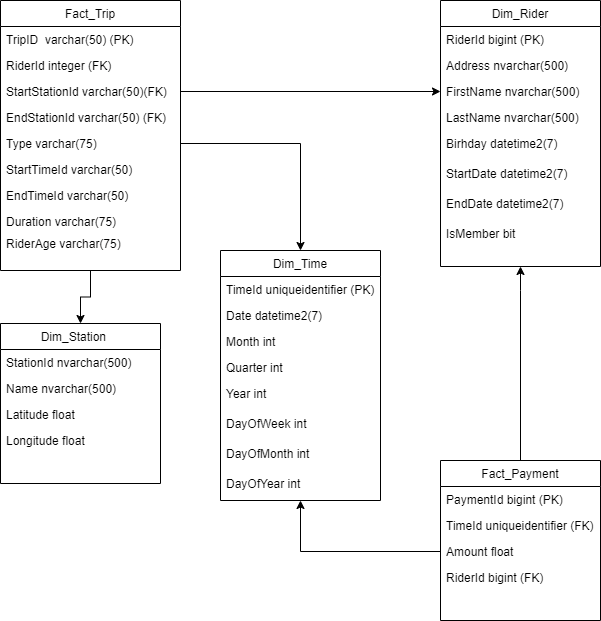
Earlier version of the draw.io export solution images/Star Schema.png (hakey94/DataEngineerPrj4). Source tidied: cells renumbered, new cells last; positions are measured from the earlier drawing's top-left corner, leaving out a move shared by most shapes. Its diagram source:
```xml
<mxGraphModel>
  <root>
    <mxCell id="0" />
    <mxCell id="1" parent="0" />
    <mxCell id="2" style="edgeStyle=orthogonalEdgeStyle;rounded=0;jettySize=auto;html=1;entryX=0.5;entryY=0;entryDx=0;entryDy=0;" parent="1" edge="1" source="3" target="22">
      <mxGeometry relative="1" as="geometry" />
    </mxCell>
    <mxCell id="3" value="Fact_Trip" style="swimlane;fontStyle=0;align=center;verticalAlign=top;horizontal=1;startSize=26;rounded=0;shadow=0;strokeWidth=1;" parent="1" vertex="1">
      <mxGeometry width="180" height="270" as="geometry" />
    </mxCell>
    <mxCell id="4" value="TripID  varchar(50) (PK)" style="text;align=left;verticalAlign=top;spacingLeft=4;spacingRight=4;overflow=hidden;" parent="3" vertex="1">
      <mxGeometry y="26" width="180" height="26" as="geometry" />
    </mxCell>
    <mxCell id="5" value="RiderId integer (FK)" style="text;align=left;verticalAlign=top;spacingLeft=4;spacingRight=4;overflow=hidden;rounded=0;shadow=0;html=0;" parent="3" vertex="1">
      <mxGeometry y="52" width="180" height="26" as="geometry" />
    </mxCell>
    <mxCell id="6" value="StartStationId varchar(50)(FK)" style="text;align=left;verticalAlign=top;spacingLeft=4;spacingRight=4;overflow=hidden;points=[[0,0.5],[1,0.5]];portConstraint=eastwest;rounded=0;shadow=0;html=0;" parent="3" vertex="1">
      <mxGeometry y="78" width="180" height="26" as="geometry" />
    </mxCell>
    <mxCell id="7" value="EndStationId varchar(50) (FK)" style="text;align=left;verticalAlign=top;spacingLeft=4;spacingRight=4;overflow=hidden;rounded=0;shadow=0;html=0;" parent="3" vertex="1">
      <mxGeometry y="104" width="180" height="26" as="geometry" />
    </mxCell>
    <mxCell id="8" value="Type varchar(75) " style="text;align=left;verticalAlign=top;spacingLeft=4;spacingRight=4;overflow=hidden;points=[[0,0.5],[1,0.5]];portConstraint=eastwest;rounded=0;shadow=0;html=0;" parent="3" vertex="1">
      <mxGeometry y="130" width="180" height="26" as="geometry" />
    </mxCell>
    <mxCell id="9" value="StartTimeId varchar(50)" style="text;align=left;verticalAlign=top;spacingLeft=4;spacingRight=4;overflow=hidden;rounded=0;shadow=0;html=0;" parent="3" vertex="1">
      <mxGeometry y="156" width="180" height="26" as="geometry" />
    </mxCell>
    <mxCell id="10" value="EndTimeId varchar(50)" style="text;align=left;verticalAlign=top;spacingLeft=4;spacingRight=4;overflow=hidden;rounded=0;shadow=0;html=0;" parent="3" vertex="1">
      <mxGeometry y="182" width="180" height="26" as="geometry" />
    </mxCell>
    <mxCell id="11" value="Duration varchar(75)" style="text;align=left;verticalAlign=top;spacingLeft=4;spacingRight=4;overflow=hidden;rounded=0;shadow=0;html=0;" parent="3" vertex="1">
      <mxGeometry y="208" width="180" height="22" as="geometry" />
    </mxCell>
    <mxCell id="12" value="RiderAge varchar(75)" style="text;align=left;verticalAlign=top;spacingLeft=4;spacingRight=4;overflow=hidden;rounded=0;shadow=0;html=0;" parent="3" vertex="1">
      <mxGeometry y="230" width="180" height="22" as="geometry" />
    </mxCell>
    <mxCell id="13" value="Dim_Rider" style="swimlane;fontStyle=0;align=center;verticalAlign=top;horizontal=1;startSize=26;rounded=0;shadow=0;strokeWidth=1;" parent="1" vertex="1">
      <mxGeometry x="440" width="160" height="266" as="geometry" />
    </mxCell>
    <mxCell id="14" value="RiderId bigint (PK)" style="text;align=left;verticalAlign=top;spacingLeft=4;spacingRight=4;overflow=hidden;" parent="13" vertex="1">
      <mxGeometry y="26" width="160" height="26" as="geometry" />
    </mxCell>
    <mxCell id="15" value="Address nvarchar(500)" style="text;align=left;verticalAlign=top;spacingLeft=4;spacingRight=4;overflow=hidden;" parent="13" vertex="1">
      <mxGeometry y="52" width="160" height="26" as="geometry" />
    </mxCell>
    <mxCell id="16" value="FirstName nvarchar(500)" style="text;align=left;verticalAlign=top;spacingLeft=4;spacingRight=4;overflow=hidden;points=[[0,0.5],[1,0.5]];portConstraint=eastwest;" parent="13" vertex="1">
      <mxGeometry y="78" width="160" height="26" as="geometry" />
    </mxCell>
    <mxCell id="17" value="LastName nvarchar(500)" style="text;align=left;verticalAlign=top;spacingLeft=4;spacingRight=4;overflow=hidden;" parent="13" vertex="1">
      <mxGeometry y="104" width="160" height="26" as="geometry" />
    </mxCell>
    <mxCell id="18" value="Birhday datetime2(7)" style="text;align=left;verticalAlign=top;spacingLeft=4;spacingRight=4;overflow=hidden;" parent="13" vertex="1">
      <mxGeometry y="130" width="160" height="30" as="geometry" />
    </mxCell>
    <mxCell id="19" value="StartDate datetime2(7)" style="text;align=left;verticalAlign=top;spacingLeft=4;spacingRight=4;overflow=hidden;" parent="13" vertex="1">
      <mxGeometry y="160" width="160" height="30" as="geometry" />
    </mxCell>
    <mxCell id="20" value="EndDate datetime2(7)" style="text;align=left;verticalAlign=top;spacingLeft=4;spacingRight=4;overflow=hidden;" parent="13" vertex="1">
      <mxGeometry y="190" width="160" height="30" as="geometry" />
    </mxCell>
    <mxCell id="21" value="IsMember bit" style="text;align=left;verticalAlign=top;spacingLeft=4;spacingRight=4;overflow=hidden;" parent="13" vertex="1">
      <mxGeometry y="220" width="160" height="30" as="geometry" />
    </mxCell>
    <mxCell id="22" value="Dim_Station    " style="swimlane;fontStyle=0;align=center;verticalAlign=top;horizontal=1;startSize=26;rounded=0;shadow=0;strokeWidth=1;" parent="1" vertex="1">
      <mxGeometry y="323" width="160" height="160" as="geometry" />
    </mxCell>
    <mxCell id="23" value="StationId nvarchar(500)" style="text;align=left;verticalAlign=top;spacingLeft=4;spacingRight=4;overflow=hidden;" parent="22" vertex="1">
      <mxGeometry y="26" width="160" height="26" as="geometry" />
    </mxCell>
    <mxCell id="24" value="Name nvarchar(500)" style="text;align=left;verticalAlign=top;spacingLeft=4;spacingRight=4;overflow=hidden;" parent="22" vertex="1">
      <mxGeometry y="52" width="160" height="26" as="geometry" />
    </mxCell>
    <mxCell id="25" value="Latitude float" style="text;align=left;verticalAlign=top;spacingLeft=4;spacingRight=4;overflow=hidden;" parent="22" vertex="1">
      <mxGeometry y="78" width="160" height="26" as="geometry" />
    </mxCell>
    <mxCell id="26" value="Longitude float" style="text;align=left;verticalAlign=top;spacingLeft=4;spacingRight=4;overflow=hidden;" parent="22" vertex="1">
      <mxGeometry y="104" width="160" height="26" as="geometry" />
    </mxCell>
    <mxCell id="27" style="edgeStyle=orthogonalEdgeStyle;rounded=0;jettySize=auto;html=1;entryX=0.5;entryY=1;entryDx=0;entryDy=0;" parent="1" edge="1" source="28" target="13">
      <mxGeometry relative="1" as="geometry">
        <Array as="points">
          <mxPoint x="520" y="290" />
          <mxPoint x="520" y="290" />
        </Array>
      </mxGeometry>
    </mxCell>
    <mxCell id="28" value="Fact_Payment" style="swimlane;fontStyle=0;align=center;verticalAlign=top;horizontal=1;startSize=26;rounded=0;shadow=0;strokeWidth=1;" parent="1" vertex="1">
      <mxGeometry x="440" y="460" width="160" height="160" as="geometry" />
    </mxCell>
    <mxCell id="29" value="PaymentId bigint (PK)" style="text;align=left;verticalAlign=top;spacingLeft=4;spacingRight=4;overflow=hidden;" parent="28" vertex="1">
      <mxGeometry y="26" width="160" height="26" as="geometry" />
    </mxCell>
    <mxCell id="30" value="TimeId uniqueidentifier (FK)" style="text;align=left;verticalAlign=top;spacingLeft=4;spacingRight=4;overflow=hidden;rounded=0;shadow=0;html=0;" parent="28" vertex="1">
      <mxGeometry y="52" width="160" height="26" as="geometry" />
    </mxCell>
    <mxCell id="31" value="Amount float" style="text;align=left;verticalAlign=top;spacingLeft=4;spacingRight=4;overflow=hidden;points=[[0,0.5],[1,0.5]];portConstraint=eastwest;rounded=0;shadow=0;html=0;" parent="28" vertex="1">
      <mxGeometry y="78" width="160" height="26" as="geometry" />
    </mxCell>
    <mxCell id="32" value="RiderId bigint (FK)" style="text;align=left;verticalAlign=top;spacingLeft=4;spacingRight=4;overflow=hidden;rounded=0;shadow=0;html=0;" parent="28" vertex="1">
      <mxGeometry y="104" width="160" height="26" as="geometry" />
    </mxCell>
    <mxCell id="33" value="Dim_Time" style="swimlane;fontStyle=0;align=center;verticalAlign=top;horizontal=1;startSize=26;rounded=0;shadow=0;strokeWidth=1;" parent="1" vertex="1">
      <mxGeometry x="220" y="250" width="160" height="250" as="geometry" />
    </mxCell>
    <mxCell id="34" value="TimeId uniqueidentifier (PK)" style="text;align=left;verticalAlign=top;spacingLeft=4;spacingRight=4;overflow=hidden;" parent="33" vertex="1">
      <mxGeometry y="26" width="160" height="26" as="geometry" />
    </mxCell>
    <mxCell id="35" value="Date datetime2(7)" style="text;align=left;verticalAlign=top;spacingLeft=4;spacingRight=4;overflow=hidden;" parent="33" vertex="1">
      <mxGeometry y="52" width="160" height="26" as="geometry" />
    </mxCell>
    <mxCell id="36" value="Month int" style="text;align=left;verticalAlign=top;spacingLeft=4;spacingRight=4;overflow=hidden;" parent="33" vertex="1">
      <mxGeometry y="78" width="160" height="26" as="geometry" />
    </mxCell>
    <mxCell id="37" value="Quarter int" style="text;align=left;verticalAlign=top;spacingLeft=4;spacingRight=4;overflow=hidden;" parent="33" vertex="1">
      <mxGeometry y="104" width="160" height="26" as="geometry" />
    </mxCell>
    <mxCell id="38" value="Year int" style="text;align=left;verticalAlign=top;spacingLeft=4;spacingRight=4;overflow=hidden;" parent="33" vertex="1">
      <mxGeometry y="130" width="160" height="30" as="geometry" />
    </mxCell>
    <mxCell id="39" value="DayOfWeek int" style="text;align=left;verticalAlign=top;spacingLeft=4;spacingRight=4;overflow=hidden;" parent="33" vertex="1">
      <mxGeometry y="160" width="160" height="30" as="geometry" />
    </mxCell>
    <mxCell id="40" value="DayOfMonth int" style="text;align=left;verticalAlign=top;spacingLeft=4;spacingRight=4;overflow=hidden;" parent="33" vertex="1">
      <mxGeometry y="190" width="160" height="30" as="geometry" />
    </mxCell>
    <mxCell id="41" value="DayOfYear int" style="text;align=left;verticalAlign=top;spacingLeft=4;spacingRight=4;overflow=hidden;" parent="33" vertex="1">
      <mxGeometry y="220" width="160" height="30" as="geometry" />
    </mxCell>
    <mxCell id="42" style="edgeStyle=orthogonalEdgeStyle;rounded=0;jettySize=auto;html=1;entryX=0;entryY=0.5;entryDx=0;entryDy=0;" parent="1" edge="1" source="6" target="16">
      <mxGeometry relative="1" as="geometry" />
    </mxCell>
    <mxCell id="43" style="edgeStyle=orthogonalEdgeStyle;rounded=0;jettySize=auto;html=1;" parent="1" edge="1" source="8" target="33">
      <mxGeometry relative="1" as="geometry" />
    </mxCell>
    <mxCell id="44" style="edgeStyle=orthogonalEdgeStyle;rounded=0;jettySize=auto;html=1;entryX=0.5;entryY=1;entryDx=0;entryDy=0;" parent="1" edge="1" source="31" target="33">
      <mxGeometry relative="1" as="geometry" />
    </mxCell>
  </root>
</mxGraphModel>
```
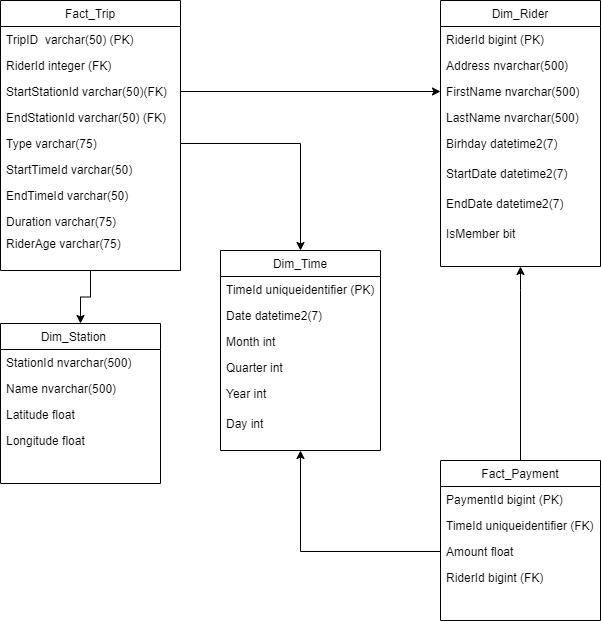
Above is the later version.

The edit, as a diff of the source:
```diff
@@ -101,7 +101,7 @@
       <mxGeometry y="104" width="160" height="26" as="geometry" />
     </mxCell>
     <mxCell id="33" value="Dim_Time" style="swimlane;fontStyle=0;align=center;verticalAlign=top;horizontal=1;startSize=26;rounded=0;shadow=0;strokeWidth=1;" parent="1" vertex="1">
-      <mxGeometry x="220" y="250" width="160" height="250" as="geometry" />
+      <mxGeometry x="220" y="250" width="160" height="200" as="geometry" />
     </mxCell>
     <mxCell id="34" value="TimeId uniqueidentifier (PK)" style="text;align=left;verticalAlign=top;spacingLeft=4;spacingRight=4;overflow=hidden;" parent="33" vertex="1">
       <mxGeometry y="26" width="160" height="26" as="geometry" />
@@ -118,15 +118,9 @@
     <mxCell id="38" value="Year int" style="text;align=left;verticalAlign=top;spacingLeft=4;spacingRight=4;overflow=hidden;" parent="33" vertex="1">
       <mxGeometry y="130" width="160" height="30" as="geometry" />
     </mxCell>
-    <mxCell id="39" value="DayOfWeek int" style="text;align=left;verticalAlign=top;spacingLeft=4;spacingRight=4;overflow=hidden;" parent="33" vertex="1">
+    <mxCell id="39" value="Day int" style="text;align=left;verticalAlign=top;spacingLeft=4;spacingRight=4;overflow=hidden;" parent="33" vertex="1">
       <mxGeometry y="160" width="160" height="30" as="geometry" />
     </mxCell>
-    <mxCell id="40" value="DayOfMonth int" style="text;align=left;verticalAlign=top;spacingLeft=4;spacingRight=4;overflow=hidden;" parent="33" vertex="1">
-      <mxGeometry y="190" width="160" height="30" as="geometry" />
-    </mxCell>
-    <mxCell id="41" value="DayOfYear int" style="text;align=left;verticalAlign=top;spacingLeft=4;spacingRight=4;overflow=hidden;" parent="33" vertex="1">
-      <mxGeometry y="220" width="160" height="30" as="geometry" />
-    </mxCell>
     <mxCell id="42" style="edgeStyle=orthogonalEdgeStyle;rounded=0;jettySize=auto;html=1;entryX=0;entryY=0.5;entryDx=0;entryDy=0;" parent="1" edge="1" source="6" target="16">
       <mxGeometry relative="1" as="geometry" />
     </mxCell>
```
